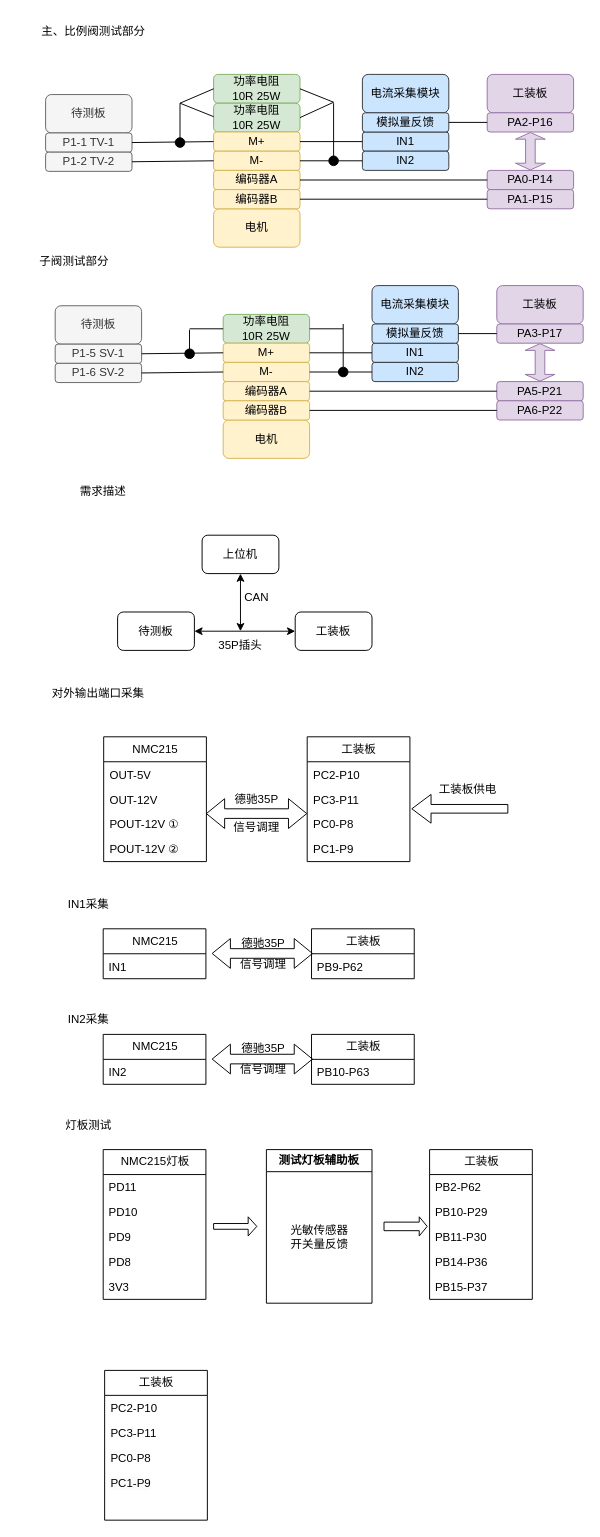
This is NMC215.drawio from Hanye1108/drawio, a draw.io file, before an edit. Source tidied: cells renumbered, new cells numbered last; positions are measured from the earlier drawing's top-left corner, leaving out a move shared by most shapes. Both pictures are drawn from the tidied source at 96%, with x=0, y=0 at pixel (16, 16).
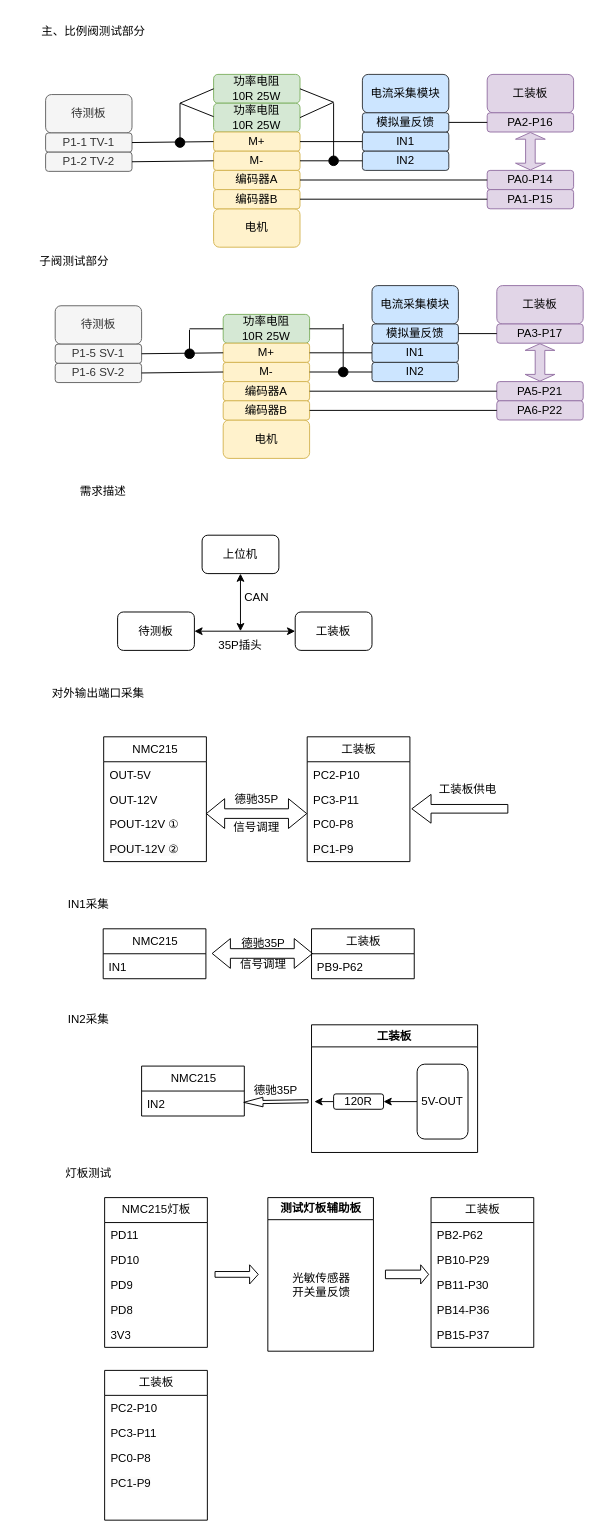
The same diagram, later.

What changed in the source:
```diff
@@
-    <mxCell id="102" style="shape=flexArrow;endArrow=classic;startArrow=classic;html=1;rounded=0;entryX=0;entryY=0.5;entryDx=0;entryDy=0;exitX=1;exitY=0.5;exitDx=0;exitDy=0;" parent="1" edge="1">
-      <mxGeometry relative="1" as="geometry">
-        <mxPoint x="203" y="1085.7" as="sourcePoint" />
-        <mxPoint x="308.5" y="1085.7" as="targetPoint" />
-      </mxGeometry>
-    </mxCell>
     <mxCell id="103" value="德驰35P" style="text;strokeColor=none;align=center;fillColor=none;html=1;verticalAlign=middle;whiteSpace=wrap;rounded=0;" parent="1" vertex="1">
-      <mxGeometry x="197" y="1060" width="120" height="30" as="geometry" />
+      <mxGeometry x="210" y="1104" width="120" height="30" as="geometry" />
     </mxCell>
     <mxCell id="104" value="NMC215" style="swimlane;fontStyle=0;horizontal=1;startSize=26;fillColor=none;html=1;" parent="1" vertex="1">
-      <mxGeometry x="90" y="1060" width="107" height="52" as="geometry" />
+      <mxGeometry x="130" y="1093" width="107" height="52" as="geometry" />
     </mxCell>
@@
-    <mxCell id="106" value="工装板" style="swimlane;fontStyle=0;horizontal=1;startSize=26;fillColor=none;html=1;" parent="1" vertex="1">
-      <mxGeometry x="307" y="1060" width="107" height="52" as="geometry" />
-    </mxCell>
-    <mxCell id="107" value="PB10-P63" style="text;strokeColor=none;fillColor=none;align=left;verticalAlign=top;spacingLeft=4;spacingRight=4;overflow=hidden;whiteSpace=wrap;html=1;" parent="106" vertex="1">
-      <mxGeometry y="26" width="107" height="26" as="geometry" />
-    </mxCell>
-    <mxCell id="108" value="信号调理" style="text;strokeColor=none;align=center;fillColor=none;html=1;verticalAlign=middle;whiteSpace=wrap;rounded=0;" parent="1" vertex="1">
-      <mxGeometry x="197" y="1082" width="120" height="30" as="geometry" />
-    </mxCell>
@@
     <mxCell id="111" value="灯板测试" style="text;strokeColor=none;align=center;fillColor=none;html=1;verticalAlign=middle;whiteSpace=wrap;rounded=0;" parent="1" vertex="1">
-      <mxGeometry x="15" y="1140" width="120" height="30" as="geometry" />
+      <mxGeometry x="15" y="1190" width="120" height="30" as="geometry" />
     </mxCell>
     <mxCell id="112" value="NMC215灯板" style="swimlane;fontStyle=0;horizontal=1;startSize=26;fillColor=none;html=1;" parent="1" vertex="1">
-      <mxGeometry x="90" y="1180" width="107" height="156" as="geometry" />
+      <mxGeometry x="91.5" y="1230" width="107" height="156" as="geometry" />
     </mxCell>
@@
     <mxCell id="118" value="工装板" style="swimlane;fontStyle=0;horizontal=1;startSize=26;fillColor=none;html=1;" parent="1" vertex="1">
-      <mxGeometry x="430" y="1180" width="107" height="156" as="geometry" />
+      <mxGeometry x="431.5" y="1230" width="107" height="156" as="geometry" />
     </mxCell>
@@
     <mxCell id="130" value="测试灯板辅助板" style="swimlane;whiteSpace=wrap;html=1;" parent="1" vertex="1">
-      <mxGeometry x="260" y="1180" width="110" height="160" as="geometry" />
+      <mxGeometry x="261.5" y="1230" width="110" height="160" as="geometry" />
     </mxCell>
@@
     <mxCell id="132" style="shape=singleArrow;whiteSpace=wrap;html=1;" parent="1" vertex="1">
-      <mxGeometry x="205" y="1250" width="45" height="20" as="geometry" />
+      <mxGeometry x="206.5" y="1300" width="45" height="20" as="geometry" />
     </mxCell>
     <mxCell id="133" style="shape=singleArrow;whiteSpace=wrap;html=1;arrowWidth=0.44482758620692947;arrowSize=0.18467432950191348;" parent="1" vertex="1">
-      <mxGeometry x="382.5" y="1250" width="45" height="20" as="geometry" />
+      <mxGeometry x="384" y="1300" width="45" height="20" as="geometry" />
     </mxCell>
+    <mxCell id="106" value="工装板" style="swimlane;whiteSpace=wrap;html=1;" parent="1" vertex="1">
+      <mxGeometry x="307" y="1050" width="173" height="133" as="geometry" />
+    </mxCell>
+    <mxCell id="134" style="edgeStyle=orthogonalEdgeStyle;rounded=0;jettySize=auto;html=1;exitX=0;exitY=0.5;exitDx=0;exitDy=0;entryX=1;entryY=0.5;entryDx=0;entryDy=0;" parent="106" edge="1" source="135" target="137">
+      <mxGeometry relative="1" as="geometry" />
+    </mxCell>
+    <mxCell id="135" value="5V-OUT" style="rounded=1;whiteSpace=wrap;html=1;" parent="106" vertex="1">
+      <mxGeometry x="110" y="41" width="53" height="78" as="geometry" />
+    </mxCell>
+    <mxCell id="136" style="edgeStyle=orthogonalEdgeStyle;rounded=0;jettySize=auto;html=1;exitX=0;exitY=0.5;exitDx=0;exitDy=0;" parent="106" edge="1" source="137">
+      <mxGeometry relative="1" as="geometry">
+        <mxPoint x="3" y="80" as="targetPoint" />
+      </mxGeometry>
+    </mxCell>
+    <mxCell id="137" value="120R" style="rounded=1;whiteSpace=wrap;html=1;" parent="106" vertex="1">
+      <mxGeometry x="23" y="72" width="52" height="16" as="geometry" />
+    </mxCell>
+    <mxCell id="138" style="html=1;shadow=0;dashed=0;align=center;verticalAlign=middle;shape=mxgraph.arrows2.arrow;dy=0.67;dx=20;notch=0;rotation=-181;" parent="1" vertex="1">
+      <mxGeometry x="236.4" y="1125.2" width="67" height="10" as="geometry" />
+    </mxCell>
```
